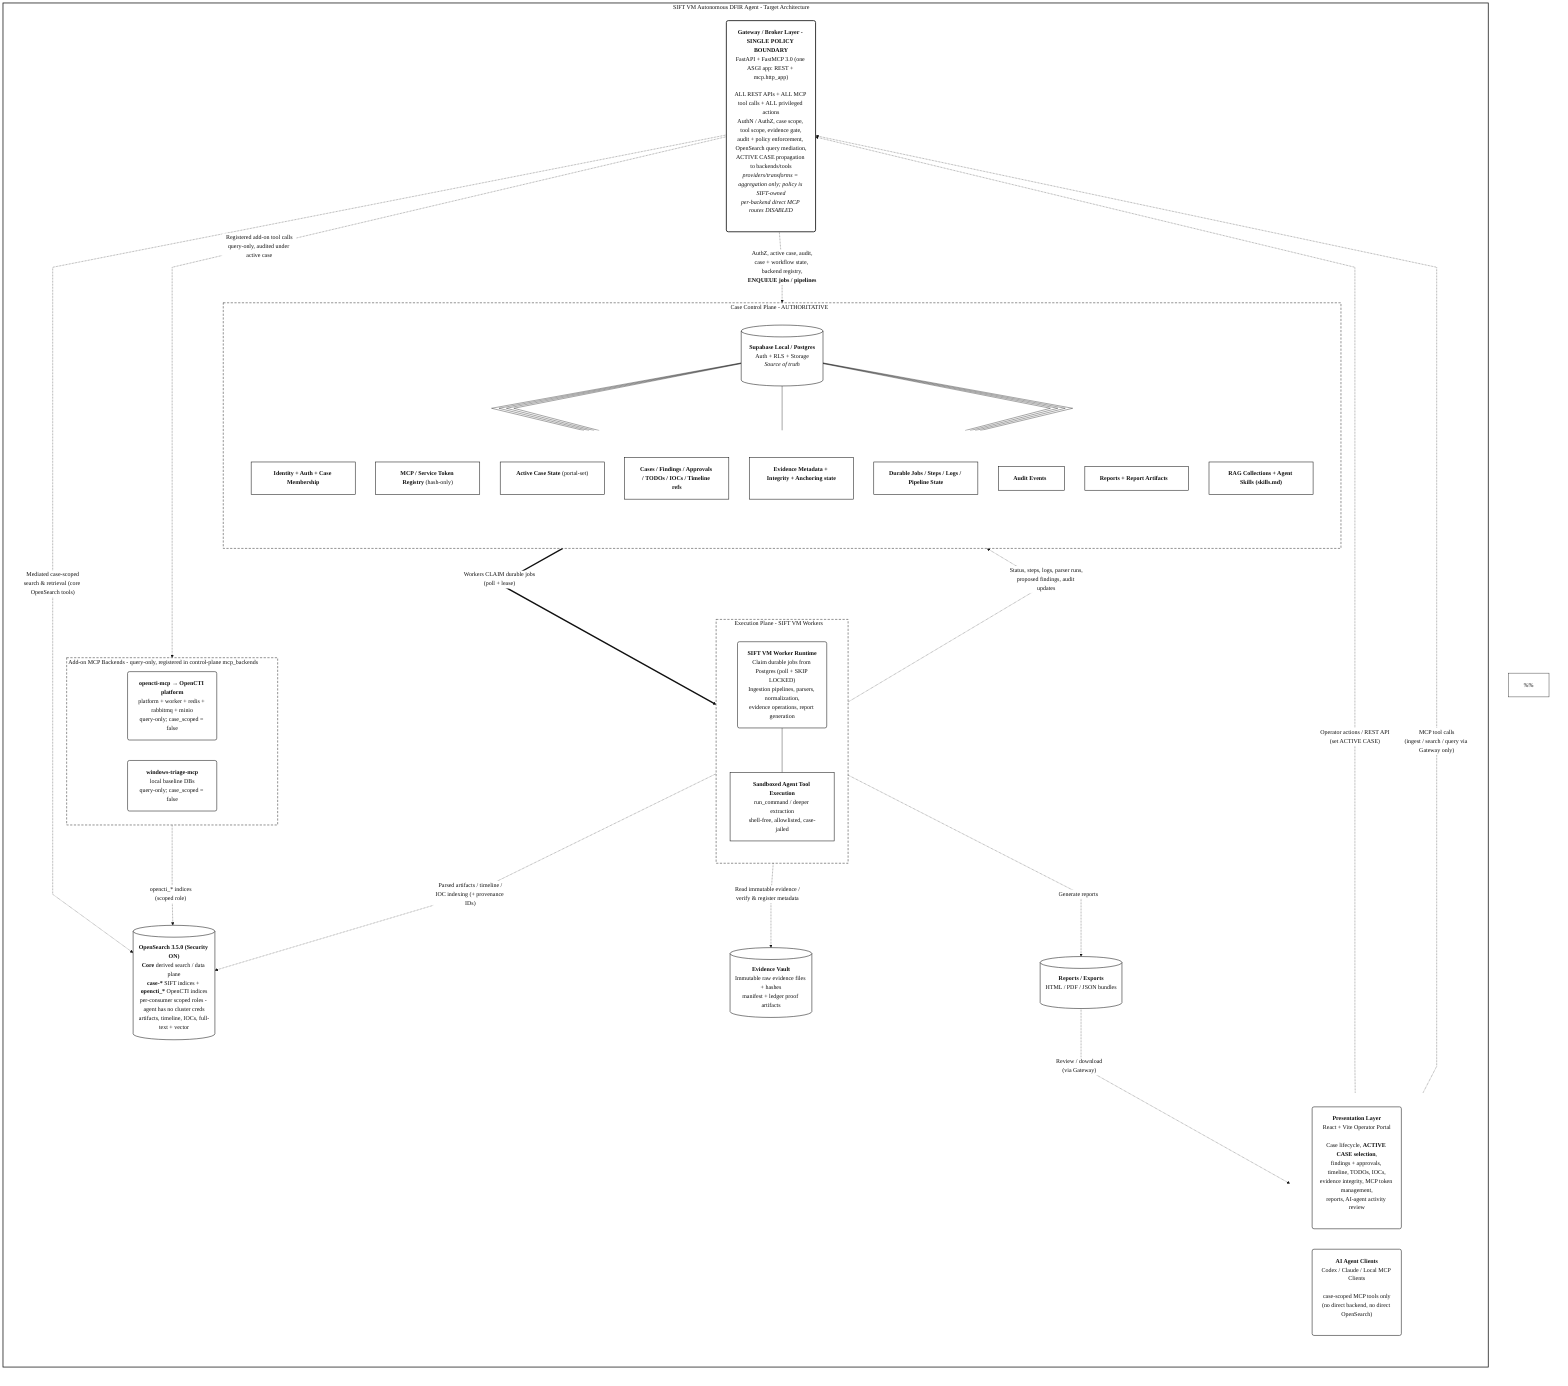
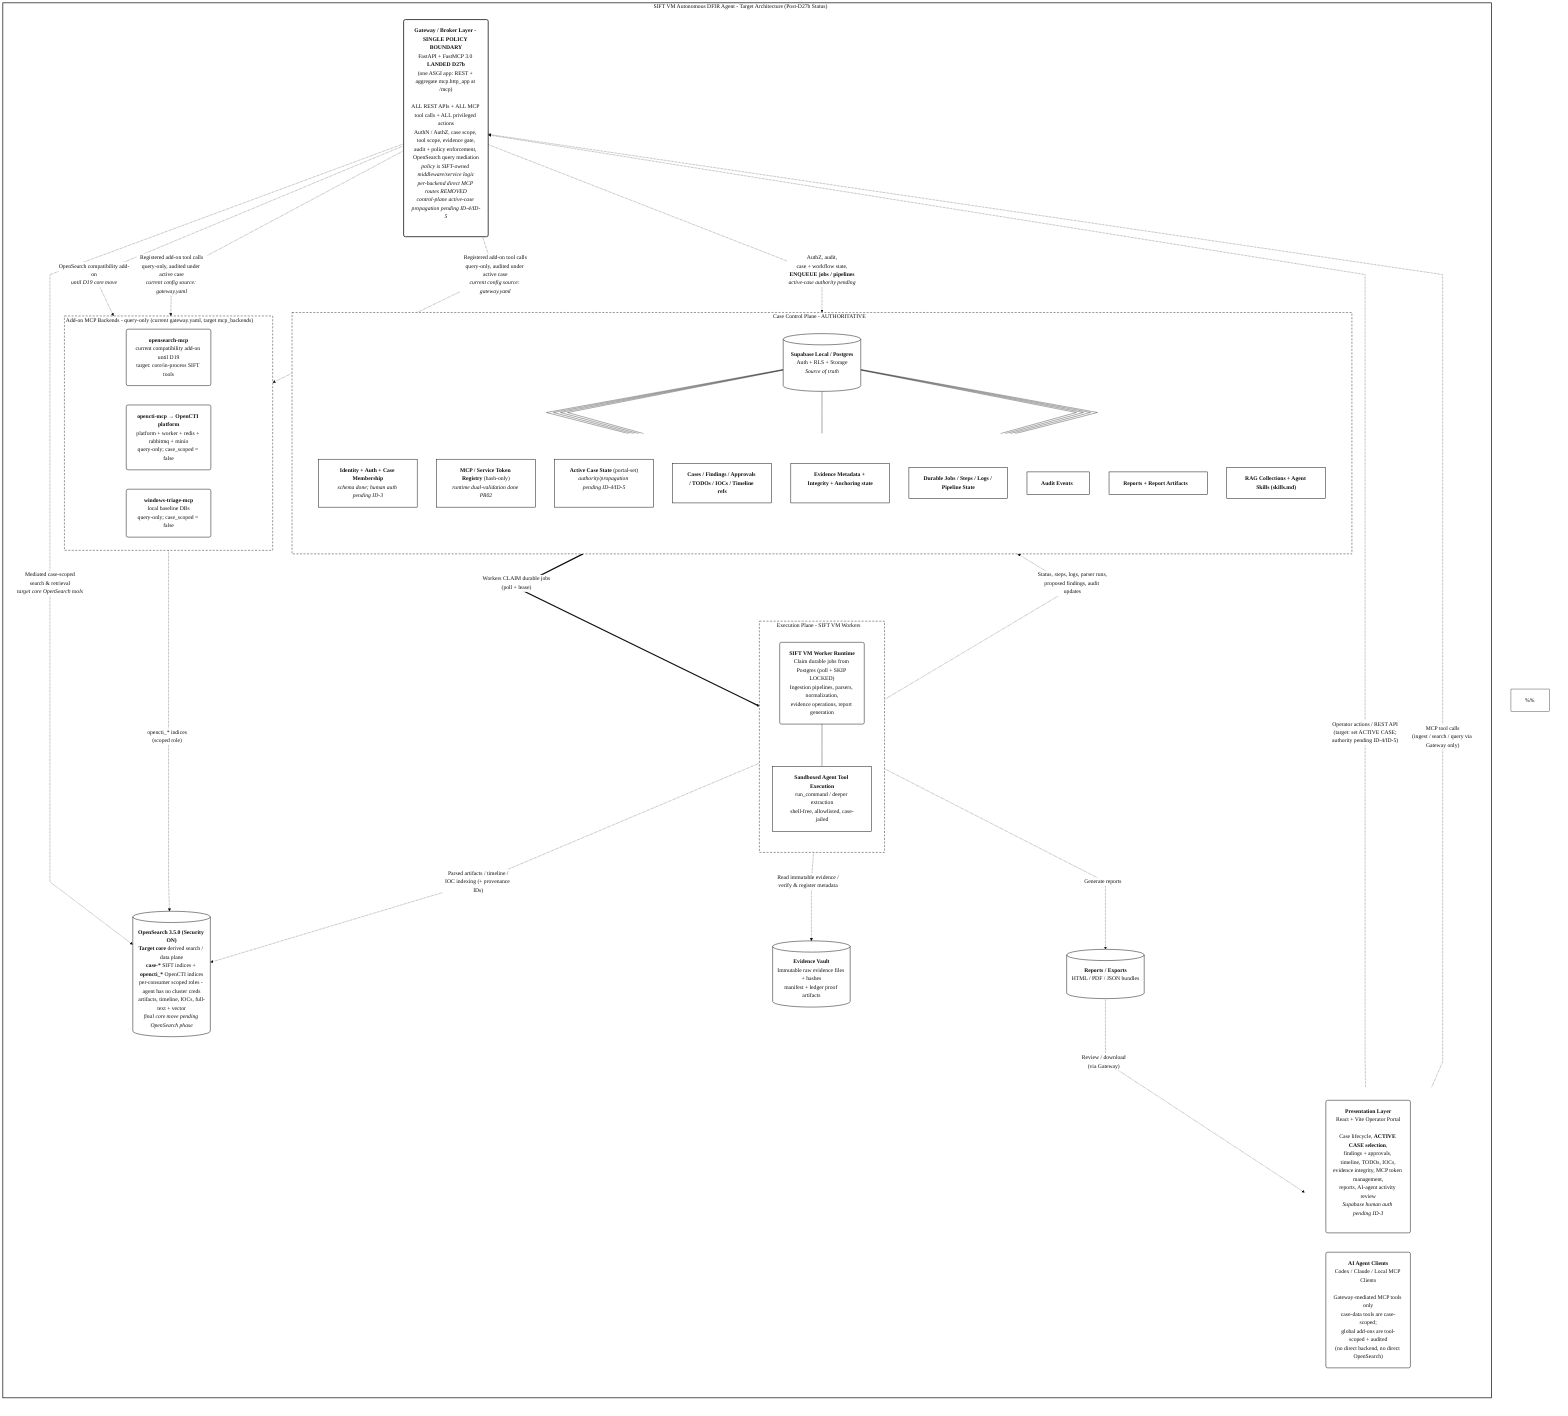
%%{init: {
  "theme": "base",
  "themeVariables": {
    "fontFamily": "Arial, Helvetica, sans-serif",
    "primaryColor": "#ffffff",
    "primaryTextColor": "#111111",
    "primaryBorderColor": "#111111",
    "lineColor": "#111111",
    "clusterBkg": "#ffffff",
    "clusterBorder": "#111111",
    "edgeLabelBackground": "#ffffff"
  },
  "flowchart": {
    "curve": "linear",
    "htmlLabels": true,
    "nodeSpacing": 55,
    "rankSpacing": 70,
    "padding": 20
  }
}}%%

flowchart TB

  %% =========================================================
-   %% SIFT VM Autonomous DFIR Agent - TARGET migration architecture.
+   %% SIFT VM Autonomous DFIR Agent - target architecture with current
+   %% post-D27b migration status called out.
  %%
  %% Canonical decisions reflected in this diagram (see
  %% 00_migration_charter.md "Confirmed Decisions (Locked)"):
  %%  - The Gateway is the SINGLE policy boundary. ALL REST APIs,
  %%    ALL MCP tool calls, and ALL privileged actions go through it.
  %%    Per-backend direct MCP routes (/mcp/{name}) are DISABLED.
  %%  - Supabase/Postgres is the authoritative control plane.
  %%  - There is NEVER a direct job/invoke to the Evidence Vault.
  %%    Tool calls (ingest/search/etc.) enter the Gateway, which
  %%    enqueues durable jobs/pipelines in the control plane; workers
  %%    CLAIM (poll + SKIP LOCKED) those jobs and run the pipelines.
-   %%  - ACTIVE CASE is selected by the operator in the portal only,
-   %%    is authoritative in the control plane, and the Gateway
-   %%    propagates it to every backend/API/tool call.
+   %%  - TARGET: ACTIVE CASE is selected by the operator in the portal only,
+   %%    is authoritative in the control plane, and the Gateway propagates it
+   %%    to every backend/API/tool call. CURRENT: this is still pending
+   %%    Phase ID-4/ID-5; D27b preserved legacy compatibility.
  %%  - OpenSearch 3.5.0 with security ENABLED is the derived
  %%    search/data plane. It is never authoritative.
  %%  - AI agents reach tools ONLY through Gateway MCP tools and run
  %%    deeper analysis in a sandboxed, allowlisted execution plane.
  %% Note: Mermaid auto-layout is not pixel-perfect.
  %% =========================================================

-   subgraph SYSTEM["SIFT VM Autonomous DFIR Agent - Target Architecture"]
+   subgraph SYSTEM["SIFT VM Autonomous DFIR Agent - Target Architecture (Post-D27b Status)"]
    direction TB

    %% -------------------------
    %% Clients
    %% -------------------------
    subgraph CLIENTS[" "]
      direction LR

-       Portal("<b>Presentation Layer</b><br/>React + Vite Operator Portal<br/><br/>Case lifecycle, <b>ACTIVE CASE selection</b>,<br/>findings + approvals, timeline, TODOs, IOCs,<br/>evidence integrity, MCP token management,<br/>reports, AI-agent activity review")
+       Portal("<b>Presentation Layer</b><br/>React + Vite Operator Portal<br/><br/>Case lifecycle, <b>ACTIVE CASE selection</b>,<br/>findings + approvals, timeline, TODOs, IOCs,<br/>evidence integrity, MCP token management,<br/>reports, AI-agent activity review<br/><i>Supabase human auth pending ID-3</i>")

-       Agents("<b>AI Agent Clients</b><br/>Codex / Claude / Local MCP Clients<br/><br/>case-scoped MCP tools only<br/>(no direct backend, no direct OpenSearch)")
+       Agents("<b>AI Agent Clients</b><br/>Codex / Claude / Local MCP Clients<br/><br/>Gateway-mediated MCP tools only<br/>case-data tools are case-scoped;<br/>global add-ons are tool-scoped + audited<br/>(no direct backend, no direct OpenSearch)")
    end

    %% -------------------------
    %% Gateway - single policy boundary
    %% -------------------------
-     Gateway("<b>Gateway / Broker Layer - SINGLE POLICY BOUNDARY</b><br/>FastAPI + FastMCP 3.0 (one ASGI app: REST + mcp.http_app)<br/><br/>ALL REST APIs + ALL MCP tool calls + ALL privileged actions<br/>AuthN / AuthZ, case scope, tool scope, evidence gate,<br/>audit + policy enforcement, OpenSearch query mediation,<br/>ACTIVE CASE propagation to backends/tools<br/><i>providers/transforms = aggregation only; policy is SIFT-owned</i><br/><i>per-backend direct MCP routes DISABLED</i>")
+     Gateway("<b>Gateway / Broker Layer - SINGLE POLICY BOUNDARY</b><br/>FastAPI + FastMCP 3.0 <b>LANDED D27b</b><br/>(one ASGI app: REST + aggregate mcp.http_app at /mcp)<br/><br/>ALL REST APIs + ALL MCP tool calls + ALL privileged actions<br/>AuthN / AuthZ, case scope, tool scope, evidence gate,<br/>audit + policy enforcement, OpenSearch query mediation<br/><i>policy is SIFT-owned middleware/service logic</i><br/><i>per-backend direct MCP routes REMOVED</i><br/><i>control-plane active-case propagation pending ID-4/ID-5</i>")

    %% -------------------------
    %% Control plane (authoritative)
    %% -------------------------
    subgraph CONTROL["Case Control Plane - AUTHORITATIVE"]
      direction TB

      Supabase[("<b>Supabase Local / Postgres</b><br/>Auth + RLS + Storage<br/><i>Source of truth</i>")]

      subgraph CP_BOXES[" "]
        direction TB
-         B1["<b>Identity + Auth + Case Membership</b>"]
-         B2["<b>MCP / Service Token Registry</b> (hash-only)"]
-         B3["<b>Active Case State</b> (portal-set)"]
+         B1["<b>Identity + Auth + Case Membership</b><br/><i>schema done; human auth pending ID-3</i>"]
+         B2["<b>MCP / Service Token Registry</b> (hash-only)<br/><i>runtime dual-validation done PR02</i>"]
+         B3["<b>Active Case State</b> (portal-set)<br/><i>authority/propagation pending ID-4/ID-5</i>"]
        B4["<b>Cases / Findings / Approvals / TODOs / IOCs / Timeline refs</b>"]
        B5["<b>Evidence Metadata + Integrity + Anchoring state</b>"]
        B6["<b>Durable Jobs / Steps / Logs / Pipeline State</b>"]
        B7["<b>Audit Events</b>"]
        B8["<b>Reports + Report Artifacts</b>"]
        B9["<b>RAG Collections + Agent Skills (skills.md)</b>"]
      end

      Supabase --- B1
      Supabase --- B2
      Supabase --- B3
      Supabase --- B4
      Supabase --- B5
      Supabase --- B6
      Supabase --- B7
      Supabase --- B8
      Supabase --- B9
    end

    %% -------------------------
    %% Data plane + Evidence vault
    %% -------------------------
-     OpenSearch[("<b>OpenSearch 3.5.0 (Security ON)</b><br/><b>Core</b> derived search / data plane<br/><b>case-*</b> SIFT indices + <b>opencti_*</b> OpenCTI indices<br/>per-consumer scoped roles - agent has no cluster creds<br/>artifacts, timeline, IOCs, full-text + vector")]
+     OpenSearch[("<b>OpenSearch 3.5.0 (Security ON)</b><br/><b>Target core</b> derived search / data plane<br/><b>case-*</b> SIFT indices + <b>opencti_*</b> OpenCTI indices<br/>per-consumer scoped roles - agent has no cluster creds<br/>artifacts, timeline, IOCs, full-text + vector<br/><i>final core move pending OpenSearch phase</i>")]

    Evidence[("<b>Evidence Vault</b><br/>Immutable raw evidence files + hashes<br/>manifest + ledger proof artifacts")]

    %% -------------------------
    %% Execution plane
    %% -------------------------
    subgraph EXECUTION["Execution Plane - SIFT VM Workers"]
      direction TB

      Worker("<b>SIFT VM Worker Runtime</b><br/>Claim durable jobs from Postgres (poll + SKIP LOCKED)<br/>Ingestion pipelines, parsers, normalization,<br/>evidence operations, report generation")

      Sandbox["<b>Sandboxed Agent Tool Execution</b><br/>run_command / deeper extraction<br/>shell-free, allowlisted, case-jailed"]

      Worker --- Sandbox
    end

    Reports[("<b>Reports / Exports</b><br/>HTML / PDF / JSON bundles")]

    %% -------------------------
-     %% Add-on MCP backends (registered in control-plane mcp_backends;
-     %% reached ONLY through the Gateway aggregate policy path)
+     %% Add-on MCP backends (target: registered in control-plane mcp_backends;
+     %% current: read from gateway.yaml until D22/F-11 lands; reached ONLY
+     %% through the Gateway aggregate policy path)
    %% -------------------------
-     subgraph ADDONS["Add-on MCP Backends - query-only, registered in control-plane mcp_backends"]
+     subgraph ADDONS["Add-on MCP Backends - query-only (current gateway.yaml, target mcp_backends)"]
      direction LR
+       OpenSearchCompat("<b>opensearch-mcp</b><br/>current compatibility add-on until D19<br/>target: core/in-process SIFT tools")
      OpenCTI("<b>opencti-mcp</b> &rarr; <b>OpenCTI platform</b><br/>platform + worker + redis + rabbitmq + minio<br/>query-only; case_scoped = false")
      WinTriage("<b>windows-triage-mcp</b><br/>local baseline DBs<br/>query-only; case_scoped = false")
    end

-     %% Note: OpenSearch and RAG are CORE, not add-ons (D19/D23).
+     %% Note: OpenSearch and RAG are TARGET CORE, not long-term add-ons (D19/D23).
+     %% OpenSearch may still appear through gateway.yaml/proxy compatibility until
+     %% the later OpenSearch-core phase retires its add-on registration.
    %% RAG retrieval is a core control-plane tool over Supabase pgvector.

    %% -------------------------
    %% Flows
    %% -------------------------
-     Portal -. "Operator actions / REST API<br/>(set ACTIVE CASE)" .-> Gateway
+     Portal -. "Operator actions / REST API<br/>(target: set ACTIVE CASE;<br/>authority pending ID-4/ID-5)" .-> Gateway
    Agents -. "MCP tool calls<br/>(ingest / search / query via Gateway only)" .-> Gateway

-     Gateway -. "AuthZ, active case, audit,<br/>case + workflow state, backend registry,<br/><b>ENQUEUE jobs / pipelines</b>" .-> Supabase
-     Gateway -. "Mediated case-scoped<br/>search & retrieval (core OpenSearch tools)" .-> OpenSearch
-     Gateway -. "Registered add-on tool calls<br/>query-only, audited under active case" .-> ADDONS
+     Gateway -. "AuthZ, audit,<br/>case + workflow state,<br/><b>ENQUEUE jobs / pipelines</b><br/><i>active-case authority pending</i>" .-> Supabase
+     Gateway -. "Mediated case-scoped<br/>search & retrieval<br/><i>target core OpenSearch tools</i>" .-> OpenSearch
+     Gateway -. "OpenSearch compatibility add-on<br/><i>until D19 core move</i>" .-> OpenSearchCompat
+     Gateway -. "Registered add-on tool calls<br/>query-only, audited under active case<br/><i>current config source: gateway.yaml</i>" .-> OpenCTI
+     Gateway -. "Registered add-on tool calls<br/>query-only, audited under active case<br/><i>current config source: gateway.yaml</i>" .-> WinTriage
    OpenCTI -. "opencti_* indices<br/>(scoped role)" .-> OpenSearch

    Supabase == "Workers CLAIM durable jobs<br/>(poll + lease)" ==> EXECUTION
    EXECUTION -. "Status, steps, logs, parser runs,<br/>proposed findings, audit updates" .-> Supabase

    EXECUTION -. "Parsed artifacts / timeline /<br/>IOC indexing (+ provenance IDs)" .-> OpenSearch
    EXECUTION -. "Read immutable evidence /<br/>verify & register metadata" .-> Evidence
    EXECUTION -. "Generate reports" .-> Reports

    Reports -. "Review / download<br/>(via Gateway)" .-> Portal
  end

  %% =========================================================
  %% Styling
  %% =========================================================
  classDef box fill:#ffffff,stroke:#111111,stroke-width:1.4px,color:#111111;
  classDef db fill:#ffffff,stroke:#111111,stroke-width:1.4px,color:#111111;
  classDef group fill:#ffffff,stroke:#111111,stroke-width:1.2px,stroke-dasharray: 6 4,color:#111111;
  classDef outer fill:#ffffff,stroke:#111111,stroke-width:2px,color:#111111;
  classDef gw fill:#ffffff,stroke:#111111,stroke-width:2.2px,color:#111111;

-   class Portal,Agents,B1,B2,B3,B4,B5,B6,B7,B8,B9,Worker,Sandbox,OpenCTI,WinTriage box;
+   class Portal,Agents,B1,B2,B3,B4,B5,B6,B7,B8,B9,Worker,Sandbox,OpenSearchCompat,OpenCTI,WinTriage box;
  class Supabase,OpenSearch,Evidence,Reports db;
  class Gateway gw;
  class CONTROL,EXECUTION,ADDONS group;
  class SYSTEM outer;

  style CLIENTS fill:#ffffff,stroke:transparent
  style CP_BOXES fill:#ffffff,stroke:transparent
